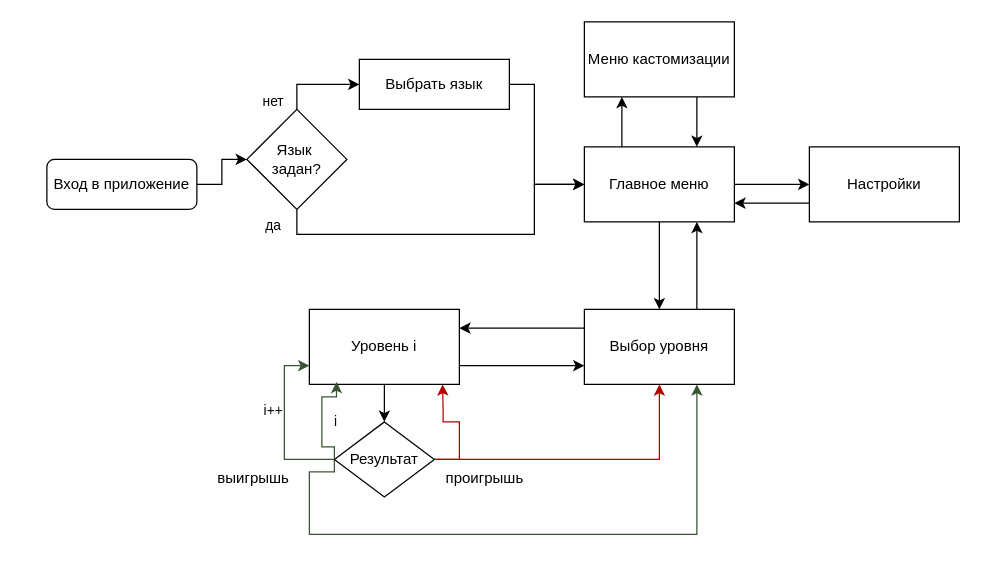
The draw.io diagram Architect/Диаграмма пользовательского опыта.drawio in MustelaErmine/Force, before the edit. Source tidied: cells renumbered, new cells numbered last; positions are measured from the earlier drawing's top-left corner, leaving out a move shared by most shapes. Both pictures are drawn from the tidied source at 125%, with x=0, y=0 at pixel (46, 21).
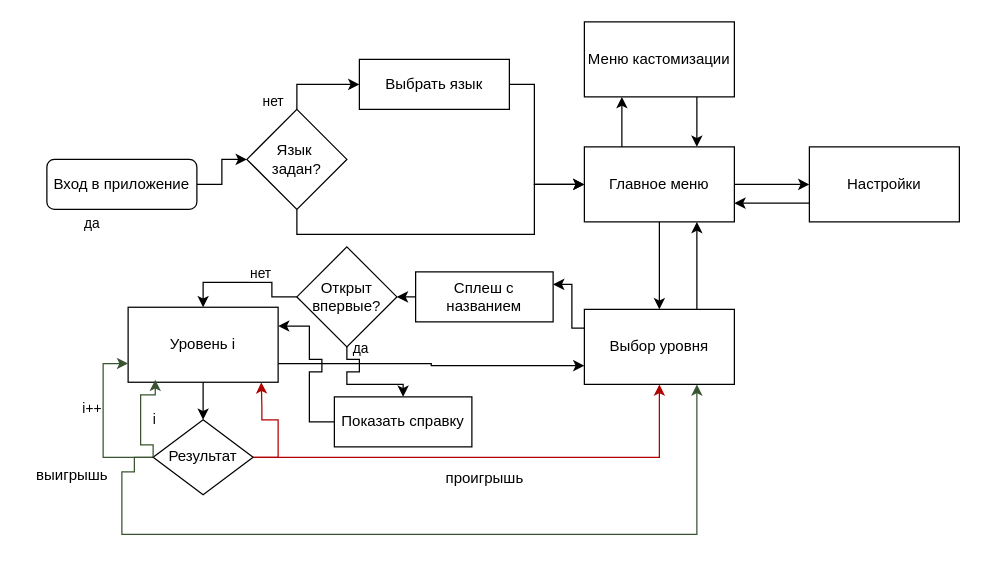
The same page after the edit.

Unchanged cells that the change refers to:
```xml
<mxCell id="6" style="edgeStyle=orthogonalEdgeStyle;rounded=0;jettySize=auto;html=1;exitX=0.5;exitY=1;exitDx=0;exitDy=0;entryX=0;entryY=0.5;entryDx=0;entryDy=0;" parent="1" edge="1" source="8" target="14">
  <mxGeometry relative="1" as="geometry">
    <Array as="points">
      <mxPoint x="200" y="170" />
      <mxPoint x="390" y="170" />
      <mxPoint x="390" y="130" />
    </Array>
  </mxGeometry>
</mxCell>
<mxCell id="17" value="Выбор уровня" style="rounded=0;whiteSpace=wrap;html=1;" parent="1" vertex="1">
  <mxGeometry x="430" y="230" width="120" height="60" as="geometry" />
</mxCell>
```

Change to the diagram source:
```diff
@@
     <mxCell id="7" value="да" style="edgeLabel;html=1;align=center;verticalAlign=middle;" parent="6" vertex="1">
       <mxGeometry x="-0.92" y="1" relative="1" as="geometry">
-        <mxPoint x="-21" as="offset" />
+        <mxPoint x="-166" y="-2" as="offset" />
       </mxGeometry>
     </mxCell>
@@
-    <mxCell id="16" style="edgeStyle=orthogonalEdgeStyle;rounded=0;jettySize=auto;html=1;exitX=0;exitY=0.25;exitDx=0;exitDy=0;entryX=1;entryY=0.25;entryDx=0;entryDy=0;" parent="1" edge="1" source="17" target="22">
-      <mxGeometry relative="1" as="geometry" />
-    </mxCell>
+    <mxCell id="36" style="edgeStyle=orthogonalEdgeStyle;rounded=0;jettySize=auto;html=1;exitX=0;exitY=0.25;exitDx=0;exitDy=0;entryX=1;entryY=0.25;entryDx=0;entryDy=0;" parent="1" edge="1" source="17" target="38">
+      <mxGeometry relative="1" as="geometry">
+        <Array as="points">
+          <mxPoint x="420" y="245" />
+          <mxPoint x="420" y="210" />
+        </Array>
+      </mxGeometry>
+    </mxCell>
@@
     <mxCell id="22" value="Уровень i" style="rounded=0;whiteSpace=wrap;html=1;" parent="1" vertex="1">
-      <mxGeometry x="210" y="230" width="120" height="60" as="geometry" />
+      <mxGeometry x="65" y="228.3" width="120" height="60" as="geometry" />
     </mxCell>
@@
     <mxCell id="26" style="edgeStyle=orthogonalEdgeStyle;rounded=0;jettySize=auto;html=1;exitX=0;exitY=0.5;exitDx=0;exitDy=0;entryX=0.75;entryY=1;entryDx=0;entryDy=0;fillColor=#6d8764;strokeColor=#3A5431;" parent="1" edge="1" source="27" target="17">
       <mxGeometry relative="1" as="geometry">
         <Array as="points">
-          <mxPoint x="230" y="360" />
-          <mxPoint x="210" y="360" />
-          <mxPoint x="210" y="410" />
+          <mxPoint x="70" y="348" />
+          <mxPoint x="70" y="360" />
+          <mxPoint x="60" y="360" />
+          <mxPoint x="60" y="410" />
           <mxPoint x="520" y="410" />
         </Array>
       </mxGeometry>
     </mxCell>
     <mxCell id="27" value="Результат" style="rhombus;whiteSpace=wrap;html=1;" parent="1" vertex="1">
-      <mxGeometry x="230" y="320" width="80" height="60" as="geometry" />
+      <mxGeometry x="85" y="318.3" width="80" height="60" as="geometry" />
     </mxCell>
@@
     <mxCell id="29" style="edgeStyle=orthogonalEdgeStyle;rounded=0;jettySize=auto;html=1;exitX=1;exitY=0.5;exitDx=0;exitDy=0;entryX=0.888;entryY=1.001;entryDx=0;entryDy=0;entryPerimeter=0;fillColor=#e51400;strokeColor=#B20000;" parent="1" edge="1" source="27" target="22">
       <mxGeometry relative="1" as="geometry">
         <Array as="points">
-          <mxPoint x="330" y="350" />
-          <mxPoint x="330" y="320" />
-          <mxPoint x="317" y="320" />
-          <mxPoint x="317" y="310" />
+          <mxPoint x="185" y="348.3" />
+          <mxPoint x="185" y="318.3" />
+          <mxPoint x="172" y="318.3" />
+          <mxPoint x="172" y="308.3" />
         </Array>
       </mxGeometry>
     </mxCell>
@@
     <mxCell id="31" style="edgeStyle=orthogonalEdgeStyle;rounded=0;jettySize=auto;html=1;exitX=0;exitY=0.5;exitDx=0;exitDy=0;entryX=0.181;entryY=0.967;entryDx=0;entryDy=0;entryPerimeter=0;fillColor=#6d8764;strokeColor=#3A5431;" parent="1" edge="1" source="27" target="22">
       <mxGeometry relative="1" as="geometry">
         <Array as="points">
-          <mxPoint x="230" y="340" />
-          <mxPoint x="220" y="340" />
-          <mxPoint x="220" y="300" />
-          <mxPoint x="232" y="300" />
+          <mxPoint x="85" y="338.3" />
+          <mxPoint x="75" y="338.3" />
+          <mxPoint x="75" y="298.3" />
+          <mxPoint x="87" y="298.3" />
         </Array>
       </mxGeometry>
     </mxCell>
@@
     <mxCell id="33" value="выигрышь" style="text;html=1;align=center;verticalAlign=middle;strokeColor=none;fillColor=none;" parent="1" vertex="1">
-      <mxGeometry x="125" y="350" width="80" height="30" as="geometry" />
+      <mxGeometry x="-20" y="348.3" width="80" height="30" as="geometry" />
     </mxCell>
@@
+    <mxCell id="37" style="edgeStyle=orthogonalEdgeStyle;rounded=0;jettySize=auto;html=1;exitX=0;exitY=0.5;exitDx=0;exitDy=0;entryX=1;entryY=0.5;entryDx=0;entryDy=0;" parent="1" edge="1" source="38" target="43">
+      <mxGeometry relative="1" as="geometry" />
+    </mxCell>
+    <mxCell id="38" value="Сплеш с названием" style="rounded=0;whiteSpace=wrap;html=1;" parent="1" vertex="1">
+      <mxGeometry x="295" y="200" width="110" height="40" as="geometry" />
+    </mxCell>
+    <mxCell id="39" style="edgeStyle=orthogonalEdgeStyle;rounded=0;jettySize=auto;html=1;exitX=0;exitY=0.5;exitDx=0;exitDy=0;entryX=0.5;entryY=0;entryDx=0;entryDy=0;" parent="1" edge="1" source="43" target="22">
+      <mxGeometry relative="1" as="geometry" />
+    </mxCell>
+    <mxCell id="40" value="нет" style="edgeLabel;html=1;align=center;verticalAlign=middle;" parent="39" vertex="1">
+      <mxGeometry x="-0.15" y="-1" relative="1" as="geometry">
+        <mxPoint x="4" y="-7" as="offset" />
+      </mxGeometry>
+    </mxCell>
+    <mxCell id="41" style="edgeStyle=orthogonalEdgeStyle;rounded=0;jettySize=auto;html=1;exitX=0.5;exitY=1;exitDx=0;exitDy=0;entryX=0.5;entryY=0;entryDx=0;entryDy=0;" parent="1" edge="1" source="43" target="45">
+      <mxGeometry relative="1" as="geometry">
+        <Array as="points">
+          <mxPoint x="240" y="270" />
+          <mxPoint x="250" y="270" />
+          <mxPoint x="250" y="280" />
+          <mxPoint x="240" y="280" />
+          <mxPoint x="240" y="290" />
+          <mxPoint x="285" y="290" />
+        </Array>
+      </mxGeometry>
+    </mxCell>
+    <mxCell id="42" value="да" style="edgeLabel;html=1;align=center;verticalAlign=middle;" parent="41" vertex="1">
+      <mxGeometry x="-0.91" relative="1" as="geometry">
+        <mxPoint x="10" y="-5" as="offset" />
+      </mxGeometry>
+    </mxCell>
+    <mxCell id="43" value="Открыт впервые?" style="rhombus;whiteSpace=wrap;html=1;" parent="1" vertex="1">
+      <mxGeometry x="200" y="180" width="80" height="80" as="geometry" />
+    </mxCell>
+    <mxCell id="44" style="edgeStyle=orthogonalEdgeStyle;rounded=0;jettySize=auto;html=1;exitX=0;exitY=0.5;exitDx=0;exitDy=0;entryX=1;entryY=0.25;entryDx=0;entryDy=0;" parent="1" edge="1" source="45" target="22">
+      <mxGeometry relative="1" as="geometry">
+        <Array as="points">
+          <mxPoint x="210" y="320" />
+          <mxPoint x="210" y="280" />
+          <mxPoint x="220" y="280" />
+          <mxPoint x="220" y="270" />
+          <mxPoint x="210" y="270" />
+          <mxPoint x="210" y="243" />
+        </Array>
+      </mxGeometry>
+    </mxCell>
+    <mxCell id="45" value="Показать справку" style="rounded=0;whiteSpace=wrap;html=1;" parent="1" vertex="1">
+      <mxGeometry x="230" y="300" width="110" height="40" as="geometry" />
+    </mxCell>
```
